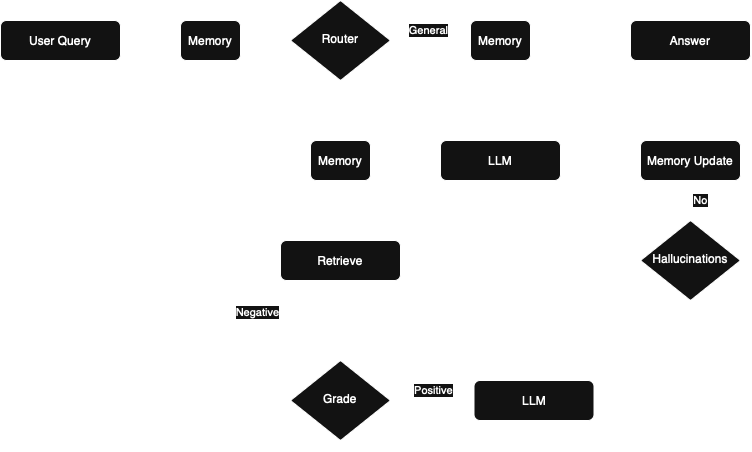
This is images/cardiology-agent-transparent.drawio.png from cardiology-gen-ai/agentic-rag, a draw.io export, as it was before one commit. Source tidied: cells renumbered, new cells last; positions are measured from the earlier drawing's top-left corner, leaving out a move shared by most shapes.
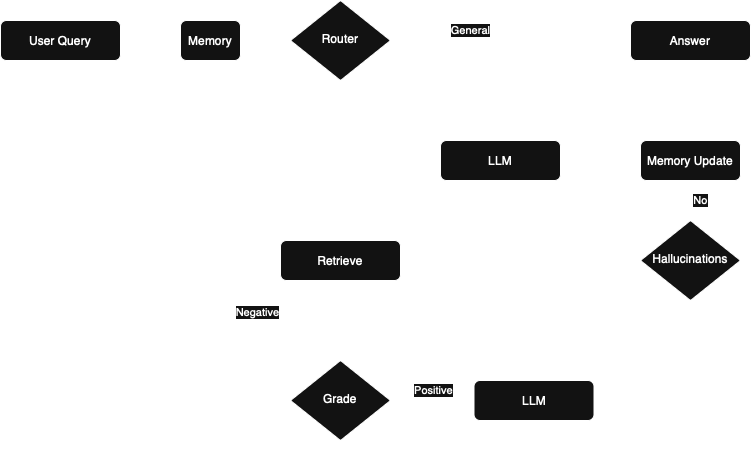
After the commit.

Commit message:
removed memory before self-rag and conversational agent

Change to the diagram source:
```diff
@@ -8,15 +8,15 @@
     <mxCell id="3" value="User Query" style="rounded=1;whiteSpace=wrap;html=1;fontSize=12;glass=0;strokeWidth=1;shadow=0;" parent="1" vertex="1">
       <mxGeometry y="20" width="120" height="40" as="geometry" />
     </mxCell>
-    <mxCell id="4" value="Document based" style="rounded=0;html=1;jettySize=auto;fontSize=11;endArrow=block;endFill=0;endSize=8;strokeWidth=1;shadow=0;labelBackgroundColor=none;edgeStyle=orthogonalEdgeStyle;entryX=0.5;entryY=0;entryDx=0;entryDy=0;" parent="1" edge="1" source="7" target="27">
+    <mxCell id="4" value="Document based" style="rounded=0;html=1;jettySize=auto;fontSize=11;endArrow=block;endFill=0;endSize=8;strokeWidth=1;shadow=0;labelBackgroundColor=none;edgeStyle=orthogonalEdgeStyle;entryX=0.5;entryY=0;entryDx=0;entryDy=0;" parent="1" edge="1" source="7" target="9">
       <mxGeometry x="-0.14" y="-50" relative="1" as="geometry" />
     </mxCell>
-    <mxCell id="5" style="edgeStyle=orthogonalEdgeStyle;rounded=0;jettySize=auto;html=1;exitX=1;exitY=0.5;exitDx=0;exitDy=0;entryX=0;entryY=0.5;entryDx=0;entryDy=0;" parent="1" edge="1" source="7" target="33">
+    <mxCell id="5" style="edgeStyle=orthogonalEdgeStyle;rounded=0;jettySize=auto;html=1;exitX=1;exitY=0.5;exitDx=0;exitDy=0;entryX=0.5;entryY=0;entryDx=0;entryDy=0;" parent="1" edge="1" source="7" target="31">
       <mxGeometry relative="1" as="geometry" />
     </mxCell>
     <mxCell id="6" value="General" style="edgeLabel;html=1;align=center;verticalAlign=middle;" parent="5" vertex="1">
       <mxGeometry x="0.05" relative="1" as="geometry">
-        <mxPoint x="-4" y="-10" as="offset" />
+        <mxPoint x="-30" y="-10" as="offset" />
       </mxGeometry>
     </mxCell>
     <mxCell id="7" value="Router" style="rhombus;whiteSpace=wrap;html=1;shadow=0;fontFamily=Helvetica;fontSize=12;align=center;strokeWidth=1;spacing=6;spacingTop=-4;" parent="1" vertex="1">
@@ -80,12 +80,6 @@
     <mxCell id="25" value="Memory" style="rounded=1;whiteSpace=wrap;html=1;fontSize=12;glass=0;strokeWidth=1;shadow=0;" parent="1" vertex="1">
       <mxGeometry x="180" y="20" width="60" height="40" as="geometry" />
     </mxCell>
-    <mxCell id="26" style="edgeStyle=orthogonalEdgeStyle;rounded=0;jettySize=auto;html=1;exitX=0.5;exitY=1;exitDx=0;exitDy=0;entryX=0.5;entryY=0;entryDx=0;entryDy=0;" parent="1" edge="1" source="27" target="9">
-      <mxGeometry relative="1" as="geometry" />
-    </mxCell>
-    <mxCell id="27" value="Memory" style="rounded=1;whiteSpace=wrap;html=1;fontSize=12;glass=0;strokeWidth=1;shadow=0;" parent="1" vertex="1">
-      <mxGeometry x="310" y="140" width="60" height="40" as="geometry" />
-    </mxCell>
     <mxCell id="28" style="rounded=0;whiteSpace=wrap;html=1;fillColor=none;dashed=1;" parent="1" vertex="1">
       <mxGeometry x="230" y="210" width="520" height="240" as="geometry" />
     </mxCell>
@@ -98,11 +92,5 @@
     <mxCell id="31" value="LLM" style="rounded=1;whiteSpace=wrap;html=1;fontSize=12;glass=0;strokeWidth=1;shadow=0;" parent="1" vertex="1">
       <mxGeometry x="440" y="140" width="120" height="40" as="geometry" />
     </mxCell>
-    <mxCell id="32" style="edgeStyle=orthogonalEdgeStyle;rounded=0;jettySize=auto;html=1;exitX=0.5;exitY=1;exitDx=0;exitDy=0;entryX=0.5;entryY=0;entryDx=0;entryDy=0;" parent="1" edge="1" source="33" target="31">
-      <mxGeometry relative="1" as="geometry" />
-    </mxCell>
-    <mxCell id="33" value="Memory" style="rounded=1;whiteSpace=wrap;html=1;fontSize=12;glass=0;strokeWidth=1;shadow=0;" parent="1" vertex="1">
-      <mxGeometry x="470" y="20" width="60" height="40" as="geometry" />
-    </mxCell>
   </root>
 </mxGraphModel>
```
